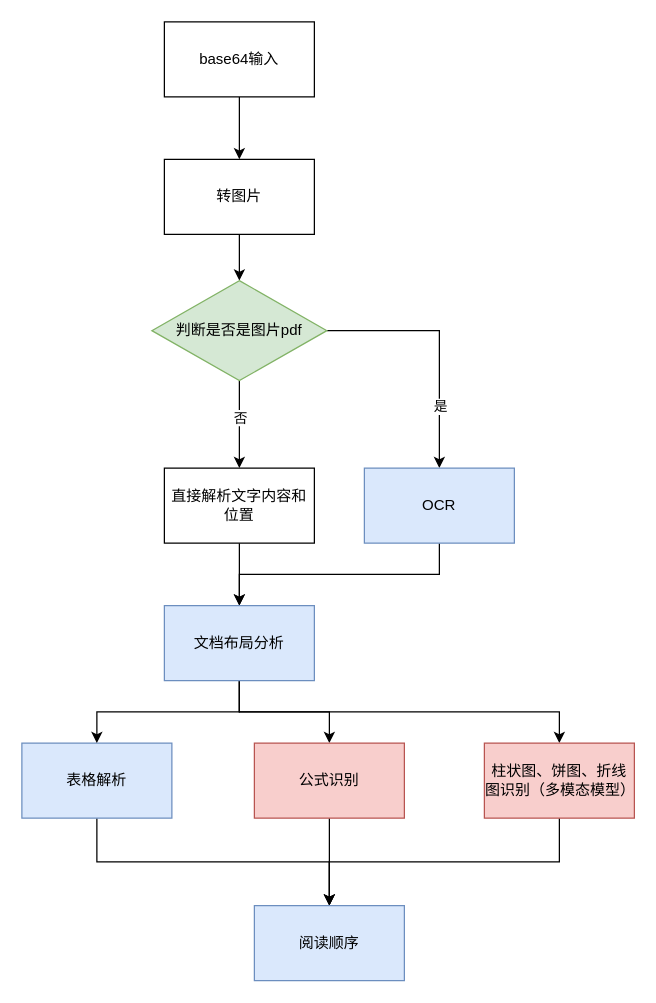
Earlier version of the draw.io diagram 长文档.drawio (archwolf118/AI). Source tidied: cells renumbered, new cells numbered last; positions are measured from the earlier drawing's top-left corner, leaving out a move shared by most shapes. Both pictures are drawn from the tidied source at 125%, with x=0, y=0 at pixel (21, 21).
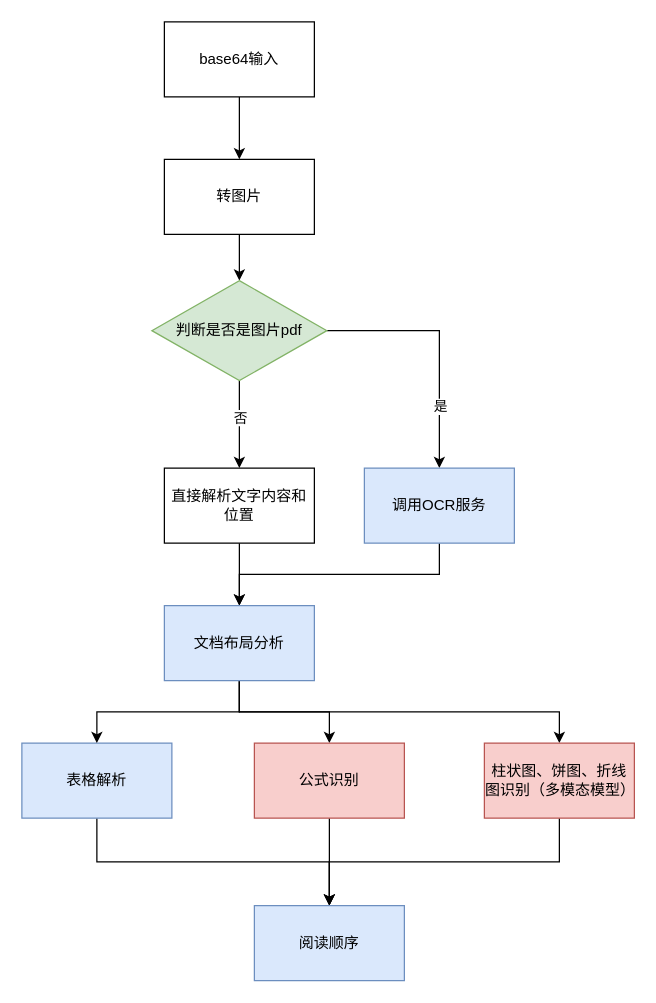
Above is the later version.

Commit message (it also covers changes not shown here):
更新长文档.drawio

Change to the diagram source:
```diff
@@
-    <mxCell id="12" value="OCR" style="rounded=0;whiteSpace=wrap;html=1;fillColor=#dae8fc;strokeColor=#6c8ebf;" parent="1" vertex="1">
+    <mxCell id="12" value="调用OCR服务" style="rounded=0;whiteSpace=wrap;html=1;fillColor=#dae8fc;strokeColor=#6c8ebf;" parent="1" vertex="1">
       <mxGeometry x="274" y="357" width="120" height="60" as="geometry" />
     </mxCell>
```
